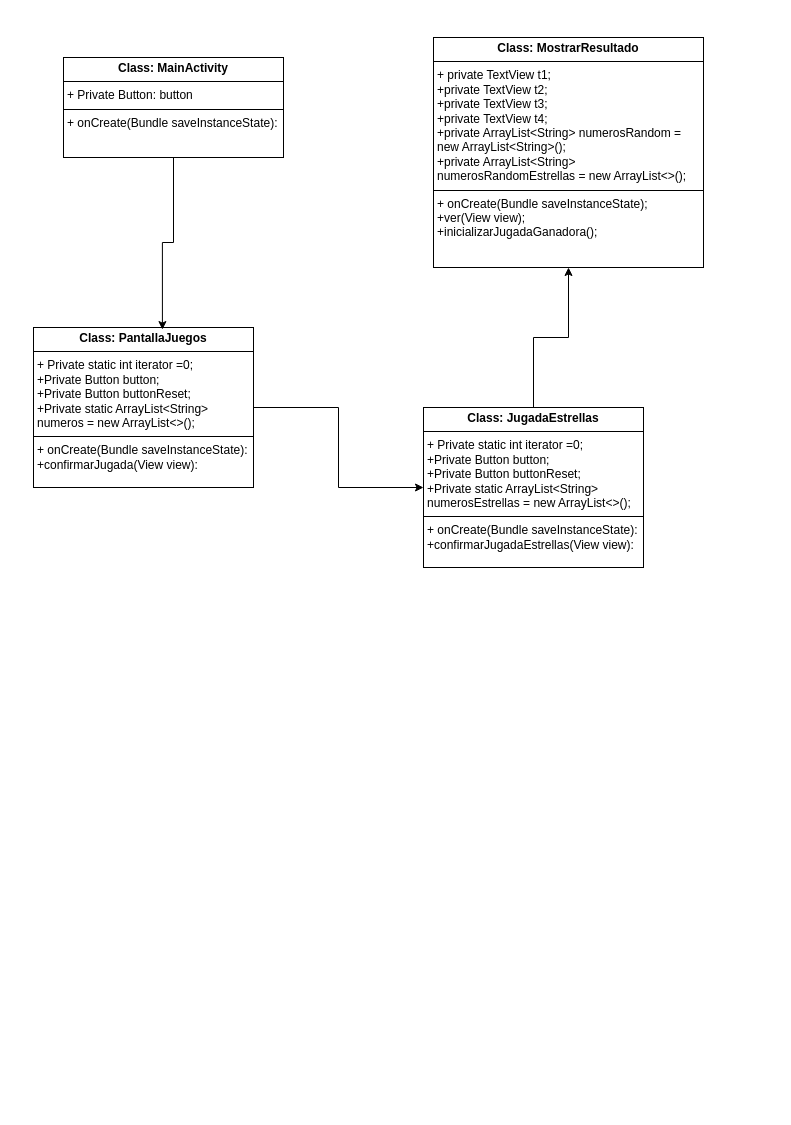
The draw.io diagram DiagramasEuroMillon/EuromillonDiagrama.drawio in YLJOSE/ProyectoEuromillon, before the edit. Source tidied: cells renumbered, new cells numbered last; positions are measured from the earlier drawing's top-left corner, leaving out a move shared by most shapes. Both pictures are drawn from the tidied source at 100%, with x=0, y=0 at pixel (33, 37).
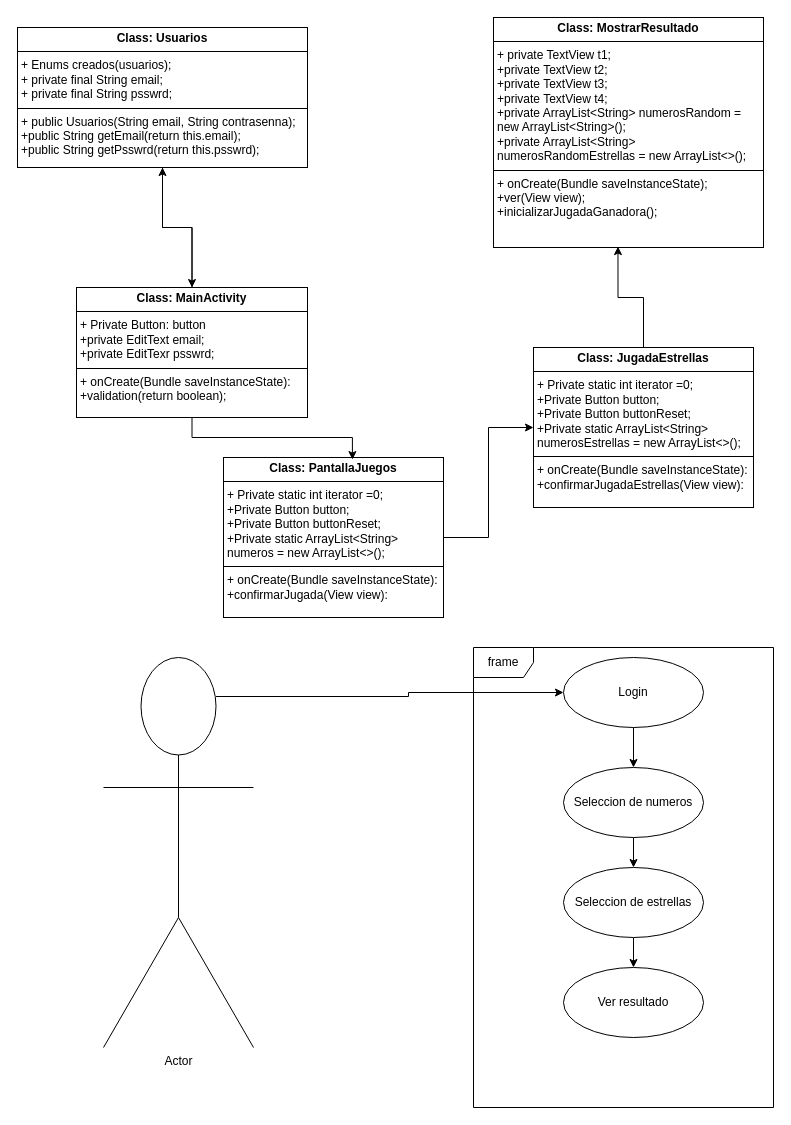
The same page after the edit.

The edit, as a diff of the source:
```diff
@@
+    <mxCell id="9" style="edgeStyle=orthogonalEdgeStyle;rounded=0;jettySize=auto;html=1;exitX=0.5;exitY=0;exitDx=0;exitDy=0;entryX=0.5;entryY=1;entryDx=0;entryDy=0;" parent="1" edge="1" source="2" target="11">
+      <mxGeometry relative="1" as="geometry" />
+    </mxCell>
-    <mxCell id="2" value="&lt;p style=&quot;margin:0px;margin-top:4px;text-align:center;&quot;&gt;&lt;b&gt;Class: MainActivity&lt;/b&gt;&lt;/p&gt;&lt;hr size=&quot;1&quot; style=&quot;border-style:solid;&quot;&gt;&lt;p style=&quot;margin:0px;margin-left:4px;&quot;&gt;+ Private Button: button&lt;/p&gt;&lt;hr size=&quot;1&quot; style=&quot;border-style:solid;&quot;&gt;&lt;p style=&quot;margin:0px;margin-left:4px;&quot;&gt;+ onCreate(Bundle saveInstanceState):&lt;/p&gt;" style="verticalAlign=top;align=left;overflow=fill;html=1;whiteSpace=wrap;" parent="1" vertex="1">
-      <mxGeometry x="30" y="20" width="220" height="100" as="geometry" />
+    <mxCell id="2" value="&lt;p style=&quot;margin:0px;margin-top:4px;text-align:center;&quot;&gt;&lt;b&gt;Class: MainActivity&lt;/b&gt;&lt;/p&gt;&lt;hr size=&quot;1&quot; style=&quot;border-style:solid;&quot;&gt;&lt;p style=&quot;margin:0px;margin-left:4px;&quot;&gt;+ Private Button: button&lt;/p&gt;&lt;p style=&quot;margin:0px;margin-left:4px;&quot;&gt;+private EditText email;&lt;/p&gt;&lt;p style=&quot;margin:0px;margin-left:4px;&quot;&gt;+private EditTexr psswrd;&lt;/p&gt;&lt;hr size=&quot;1&quot; style=&quot;border-style:solid;&quot;&gt;&lt;p style=&quot;margin:0px;margin-left:4px;&quot;&gt;+ onCreate(Bundle saveInstanceState):&lt;/p&gt;&lt;p style=&quot;margin:0px;margin-left:4px;&quot;&gt;+validation(return boolean);&lt;/p&gt;" style="verticalAlign=top;align=left;overflow=fill;html=1;whiteSpace=wrap;" parent="1" vertex="1">
+      <mxGeometry x="43" y="250" width="231" height="130" as="geometry" />
     </mxCell>
-    <mxCell id="3" style="edgeStyle=orthogonalEdgeStyle;rounded=0;jettySize=auto;html=1;" parent="1" edge="1" source="4" target="5">
+    <mxCell id="3" style="edgeStyle=orthogonalEdgeStyle;rounded=0;jettySize=auto;html=1;entryX=0.461;entryY=0.996;entryDx=0;entryDy=0;entryPerimeter=0;" parent="1" edge="1" source="4" target="5">
       <mxGeometry relative="1" as="geometry" />
     </mxCell>
     <mxCell id="4" value="&lt;p style=&quot;margin:0px;margin-top:4px;text-align:center;&quot;&gt;&lt;b&gt;Class: JugadaEstrellas&lt;/b&gt;&lt;/p&gt;&lt;hr size=&quot;1&quot; style=&quot;border-style:solid;&quot;&gt;&lt;p style=&quot;margin:0px;margin-left:4px;&quot;&gt;+ Private static int iterator =0;&lt;/p&gt;&lt;p style=&quot;margin:0px;margin-left:4px;&quot;&gt;+Private Button button;&lt;/p&gt;&lt;p style=&quot;margin:0px;margin-left:4px;&quot;&gt;+Private Button buttonReset;&lt;/p&gt;&lt;p style=&quot;margin:0px;margin-left:4px;&quot;&gt;+Private static ArrayList&amp;lt;String&amp;gt; numerosEstrellas = new ArrayList&amp;lt;&amp;gt;();&lt;/p&gt;&lt;hr size=&quot;1&quot; style=&quot;border-style:solid;&quot;&gt;&lt;p style=&quot;margin:0px;margin-left:4px;&quot;&gt;+ onCreate(Bundle saveInstanceState):&lt;/p&gt;&lt;p style=&quot;margin:0px;margin-left:4px;&quot;&gt;+confirmarJugadaEstrellas(View view):&lt;/p&gt;" style="verticalAlign=top;align=left;overflow=fill;html=1;whiteSpace=wrap;" parent="1" vertex="1">
-      <mxGeometry x="390" y="370" width="220" height="160" as="geometry" />
+      <mxGeometry x="500" y="310" width="220" height="160" as="geometry" />
     </mxCell>
     <mxCell id="5" value="&lt;p style=&quot;margin:0px;margin-top:4px;text-align:center;&quot;&gt;&lt;b&gt;Class: MostrarResultado&lt;/b&gt;&lt;/p&gt;&lt;hr size=&quot;1&quot; style=&quot;border-style:solid;&quot;&gt;&lt;p style=&quot;margin:0px;margin-left:4px;&quot;&gt;+ private TextView t1;&lt;/p&gt;&lt;p style=&quot;margin:0px;margin-left:4px;&quot;&gt;+private TextView t2;&lt;/p&gt;&lt;p style=&quot;margin:0px;margin-left:4px;&quot;&gt;+private TextView t3;&lt;/p&gt;&lt;p style=&quot;margin:0px;margin-left:4px;&quot;&gt;+private TextView t4;&lt;/p&gt;&lt;p style=&quot;margin:0px;margin-left:4px;&quot;&gt;+private ArrayList&amp;lt;String&amp;gt; numerosRandom = new ArrayList&amp;lt;String&amp;gt;();&lt;/p&gt;&lt;p style=&quot;margin:0px;margin-left:4px;&quot;&gt;+private ArrayList&amp;lt;String&amp;gt; numerosRandomEstrellas = new ArrayList&amp;lt;&amp;gt;();&lt;/p&gt;&lt;hr size=&quot;1&quot; style=&quot;border-style:solid;&quot;&gt;&lt;p style=&quot;margin:0px;margin-left:4px;&quot;&gt;+ onCreate(Bundle saveInstanceState);&lt;/p&gt;&lt;p style=&quot;margin:0px;margin-left:4px;&quot;&gt;+ver(View view);&lt;/p&gt;&lt;p style=&quot;margin:0px;margin-left:4px;&quot;&gt;+inicializarJugadaGanadora();&lt;/p&gt;" style="verticalAlign=top;align=left;overflow=fill;html=1;whiteSpace=wrap;" parent="1" vertex="1">
-      <mxGeometry x="400" width="270" height="230" as="geometry" />
+      <mxGeometry x="460" y="-20" width="270" height="230" as="geometry" />
     </mxCell>
@@
     <mxCell id="7" value="&lt;p style=&quot;margin:0px;margin-top:4px;text-align:center;&quot;&gt;&lt;b&gt;Class: PantallaJuegos&lt;/b&gt;&lt;/p&gt;&lt;hr size=&quot;1&quot; style=&quot;border-style:solid;&quot;&gt;&lt;p style=&quot;margin:0px;margin-left:4px;&quot;&gt;+ Private static int iterator =0;&lt;/p&gt;&lt;p style=&quot;margin:0px;margin-left:4px;&quot;&gt;+Private Button button;&lt;/p&gt;&lt;p style=&quot;margin:0px;margin-left:4px;&quot;&gt;+Private Button buttonReset;&lt;/p&gt;&lt;p style=&quot;margin:0px;margin-left:4px;&quot;&gt;+Private static ArrayList&amp;lt;String&amp;gt; numeros = new ArrayList&amp;lt;&amp;gt;();&lt;/p&gt;&lt;hr size=&quot;1&quot; style=&quot;border-style:solid;&quot;&gt;&lt;p style=&quot;margin:0px;margin-left:4px;&quot;&gt;+ onCreate(Bundle saveInstanceState):&lt;/p&gt;&lt;p style=&quot;margin:0px;margin-left:4px;&quot;&gt;+confirmarJugada(View view):&lt;/p&gt;" style="verticalAlign=top;align=left;overflow=fill;html=1;whiteSpace=wrap;" parent="1" vertex="1">
-      <mxGeometry y="290" width="220" height="160" as="geometry" />
+      <mxGeometry x="190" y="420" width="220" height="160" as="geometry" />
     </mxCell>
@@
+    <mxCell id="10" style="edgeStyle=orthogonalEdgeStyle;rounded=0;jettySize=auto;html=1;" parent="1" edge="1" source="11" target="2">
+      <mxGeometry relative="1" as="geometry" />
+    </mxCell>
+    <mxCell id="11" value="&lt;p style=&quot;margin:0px;margin-top:4px;text-align:center;&quot;&gt;&lt;b&gt;Class: Usuarios&lt;/b&gt;&lt;/p&gt;&lt;hr size=&quot;1&quot; style=&quot;border-style:solid;&quot;&gt;&lt;p style=&quot;margin:0px;margin-left:4px;&quot;&gt;+ Enums creados(usuarios);&lt;/p&gt;&lt;p style=&quot;margin:0px;margin-left:4px;&quot;&gt;+ private final String email;&lt;/p&gt;&lt;p style=&quot;margin:0px;margin-left:4px;&quot;&gt;+ private final String psswrd;&amp;nbsp;&lt;/p&gt;&lt;hr size=&quot;1&quot; style=&quot;border-style:solid;&quot;&gt;&lt;p style=&quot;margin:0px;margin-left:4px;&quot;&gt;+ public Usuarios(String email, String contrasenna);&lt;/p&gt;&lt;p style=&quot;margin:0px;margin-left:4px;&quot;&gt;+public String getEmail(return this.email);&lt;/p&gt;&lt;p style=&quot;margin:0px;margin-left:4px;&quot;&gt;+public String getPsswrd(return this.psswrd);&lt;/p&gt;" style="verticalAlign=top;align=left;overflow=fill;html=1;whiteSpace=wrap;" parent="1" vertex="1">
+      <mxGeometry x="-16" y="-10" width="290" height="140" as="geometry" />
+    </mxCell>
+    <mxCell id="12" value="frame" style="shape=umlFrame;whiteSpace=wrap;html=1;" parent="1" vertex="1">
+      <mxGeometry x="440" y="610" width="300" height="460" as="geometry" />
+    </mxCell>
+    <mxCell id="13" style="edgeStyle=orthogonalEdgeStyle;rounded=0;jettySize=auto;html=1;exitX=0.5;exitY=1;exitDx=0;exitDy=0;entryX=0.5;entryY=0;entryDx=0;entryDy=0;" parent="1" edge="1" source="14" target="16">
+      <mxGeometry relative="1" as="geometry" />
+    </mxCell>
+    <mxCell id="14" value="Login" style="ellipse;whiteSpace=wrap;html=1;" parent="1" vertex="1">
+      <mxGeometry x="530" y="620" width="140" height="70" as="geometry" />
+    </mxCell>
+    <mxCell id="15" style="edgeStyle=orthogonalEdgeStyle;rounded=0;jettySize=auto;html=1;" parent="1" edge="1" source="16" target="18">
+      <mxGeometry relative="1" as="geometry" />
+    </mxCell>
+    <mxCell id="16" value="Seleccion de numeros" style="ellipse;whiteSpace=wrap;html=1;" parent="1" vertex="1">
+      <mxGeometry x="530" y="730" width="140" height="70" as="geometry" />
+    </mxCell>
+    <mxCell id="17" style="edgeStyle=orthogonalEdgeStyle;rounded=0;jettySize=auto;html=1;" parent="1" edge="1" source="18" target="19">
+      <mxGeometry relative="1" as="geometry" />
+    </mxCell>
+    <mxCell id="18" value="Seleccion de estrellas" style="ellipse;whiteSpace=wrap;html=1;" parent="1" vertex="1">
+      <mxGeometry x="530" y="830" width="140" height="70" as="geometry" />
+    </mxCell>
+    <mxCell id="19" value="Ver resultado" style="ellipse;whiteSpace=wrap;html=1;" parent="1" vertex="1">
+      <mxGeometry x="530" y="930" width="140" height="70" as="geometry" />
+    </mxCell>
+    <mxCell id="20" style="edgeStyle=orthogonalEdgeStyle;rounded=0;jettySize=auto;html=1;exitX=0.75;exitY=0.1;exitDx=0;exitDy=0;exitPerimeter=0;" parent="1" edge="1" source="21" target="14">
+      <mxGeometry relative="1" as="geometry" />
+    </mxCell>
+    <mxCell id="21" value="Actor" style="shape=umlActor;verticalLabelPosition=bottom;verticalAlign=top;html=1;" parent="1" vertex="1">
+      <mxGeometry x="70" y="620" width="150" height="390" as="geometry" />
+    </mxCell>
```
